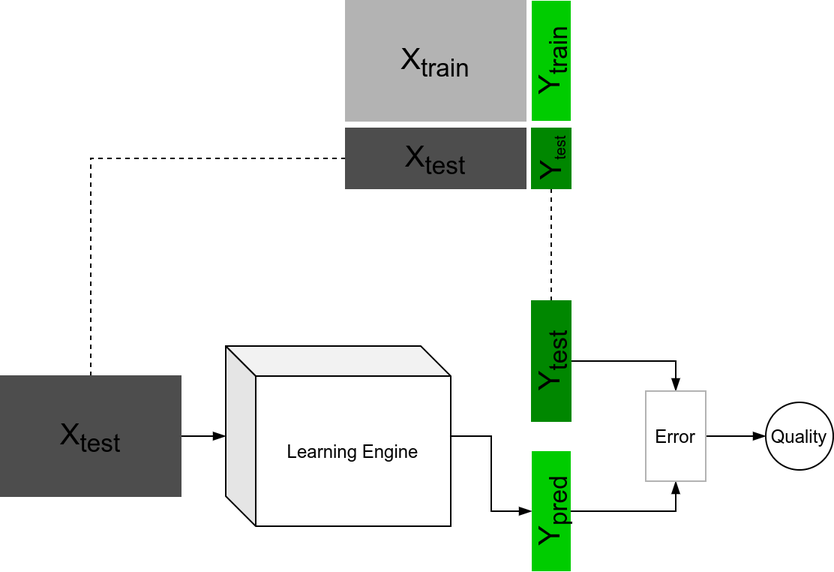
Before: presentation/part0/figures/ml_1_test.png, a diagram exported from draw.io (abhijat01/deepnn4se). Source tidied: cells renumbered, new cells last; positions are measured from the earlier drawing's top-left corner, leaving out a move shared by most shapes. The source it was exported from:
```xml
<mxGraphModel>
  <root>
    <mxCell id="0" />
    <mxCell id="1" parent="0" />
    <mxCell id="2" style="edgeStyle=orthogonalEdgeStyle;rounded=0;jettySize=auto;html=1;exitX=0;exitY=0.5;exitDx=0;exitDy=0;entryX=0.5;entryY=0;entryDx=0;entryDy=0;endArrow=none;endFill=0;dashed=1;" parent="1" edge="1" source="4" target="11">
      <mxGeometry relative="1" as="geometry" />
    </mxCell>
    <mxCell id="3" value="&lt;font style=&quot;font-size: 20px&quot;&gt;X&lt;sub&gt;train&lt;/sub&gt;&lt;/font&gt;" style="rounded=0;whiteSpace=wrap;html=1;fillColor=#B3B3B3;strokeColor=#B3B3B3;" parent="1" vertex="1">
      <mxGeometry x="230" width="120" height="80" as="geometry" />
    </mxCell>
    <mxCell id="4" value="&lt;font style=&quot;font-size: 20px&quot;&gt;X&lt;sub&gt;test&lt;/sub&gt;&lt;/font&gt;" style="rounded=0;whiteSpace=wrap;html=1;fillColor=#4D4D4D;strokeColor=#4D4D4D;" parent="1" vertex="1">
      <mxGeometry x="230" y="85" width="120" height="40" as="geometry" />
    </mxCell>
    <mxCell id="5" value="&lt;font style=&quot;font-size: 20px&quot;&gt;Y&lt;sub&gt;train&lt;/sub&gt;&lt;/font&gt;" style="rounded=0;whiteSpace=wrap;html=1;fillColor=#00CC00;strokeColor=none;horizontal=0;" parent="1" vertex="1">
      <mxGeometry x="354" width="26" height="80" as="geometry" />
    </mxCell>
    <mxCell id="6" style="edgeStyle=orthogonalEdgeStyle;rounded=0;jettySize=auto;html=1;exitX=0.5;exitY=1;exitDx=0;exitDy=0;entryX=0.5;entryY=0;entryDx=0;entryDy=0;dashed=1;endArrow=none;endFill=0;" parent="1" edge="1" source="7" target="15">
      <mxGeometry relative="1" as="geometry" />
    </mxCell>
    <mxCell id="7" value="&lt;font style=&quot;font-size: 20px&quot;&gt;Y&lt;/font&gt;&lt;sub&gt;test&lt;/sub&gt;" style="rounded=0;whiteSpace=wrap;html=1;fillColor=#008700;strokeColor=#008700;horizontal=0;" parent="1" vertex="1">
      <mxGeometry x="354" y="85" width="26" height="40" as="geometry" />
    </mxCell>
    <mxCell id="8" style="edgeStyle=orthogonalEdgeStyle;rounded=0;jettySize=auto;html=1;entryX=0;entryY=0.5;entryDx=0;entryDy=0;endArrow=blockThin;endFill=1;" parent="1" edge="1" source="9" target="13">
      <mxGeometry relative="1" as="geometry" />
    </mxCell>
    <mxCell id="9" value="Learning Engine" style="shape=cube;whiteSpace=wrap;html=1;boundedLbl=1;backgroundOutline=1;darkOpacity=0.05;darkOpacity2=0.1;fillColor=none;" parent="1" vertex="1">
      <mxGeometry x="150" y="230" width="150" height="120" as="geometry" />
    </mxCell>
    <mxCell id="10" style="edgeStyle=orthogonalEdgeStyle;rounded=0;jettySize=auto;html=1;endArrow=blockThin;endFill=1;" parent="1" edge="1" source="11" target="9">
      <mxGeometry relative="1" as="geometry" />
    </mxCell>
    <mxCell id="11" value="&lt;font style=&quot;font-size: 20px&quot;&gt;X&lt;sub&gt;test&lt;/sub&gt;&lt;/font&gt;" style="rounded=0;whiteSpace=wrap;html=1;fillColor=#4D4D4D;strokeColor=#4D4D4D;" parent="1" vertex="1">
      <mxGeometry y="250" width="120" height="80" as="geometry" />
    </mxCell>
    <mxCell id="12" style="edgeStyle=orthogonalEdgeStyle;rounded=0;jettySize=auto;html=1;exitX=1;exitY=0.5;exitDx=0;exitDy=0;entryX=0.5;entryY=1;entryDx=0;entryDy=0;endArrow=blockThin;endFill=1;" parent="1" edge="1" source="13" target="17">
      <mxGeometry relative="1" as="geometry" />
    </mxCell>
    <mxCell id="13" value="&lt;font style=&quot;font-size: 20px&quot;&gt;Y&lt;sub&gt;pred&lt;/sub&gt;&lt;/font&gt;" style="rounded=0;whiteSpace=wrap;html=1;fillColor=#00CC00;strokeColor=none;horizontal=0;" parent="1" vertex="1">
      <mxGeometry x="354" y="300" width="26" height="80" as="geometry" />
    </mxCell>
    <mxCell id="14" style="edgeStyle=orthogonalEdgeStyle;rounded=0;jettySize=auto;html=1;entryX=0.5;entryY=0;entryDx=0;entryDy=0;endArrow=blockThin;endFill=1;" parent="1" edge="1" source="15" target="17">
      <mxGeometry relative="1" as="geometry" />
    </mxCell>
    <mxCell id="15" value="&lt;font style=&quot;font-size: 20px&quot;&gt;Y&lt;sub&gt;test&lt;/sub&gt;&lt;/font&gt;" style="rounded=0;whiteSpace=wrap;html=1;horizontal=0;fillColor=#008700;strokeColor=#008700;" parent="1" vertex="1">
      <mxGeometry x="354" y="200" width="26" height="80" as="geometry" />
    </mxCell>
    <mxCell id="16" style="edgeStyle=orthogonalEdgeStyle;rounded=0;jettySize=auto;html=1;endArrow=blockThin;endFill=1;" parent="1" edge="1" source="17">
      <mxGeometry relative="1" as="geometry">
        <mxPoint x="510" y="290" as="targetPoint" />
      </mxGeometry>
    </mxCell>
    <mxCell id="17" value="Error" style="rounded=0;whiteSpace=wrap;html=1;strokeColor=#B3B3B3;fillColor=none;" parent="1" vertex="1">
      <mxGeometry x="430" y="260" width="40" height="60" as="geometry" />
    </mxCell>
    <mxCell id="18" value="Quality" style="ellipse;whiteSpace=wrap;html=1;strokeColor=#000000;fillColor=none;" parent="1" vertex="1">
      <mxGeometry x="510" y="267.5" width="45" height="45" as="geometry" />
    </mxCell>
  </root>
</mxGraphModel>
```
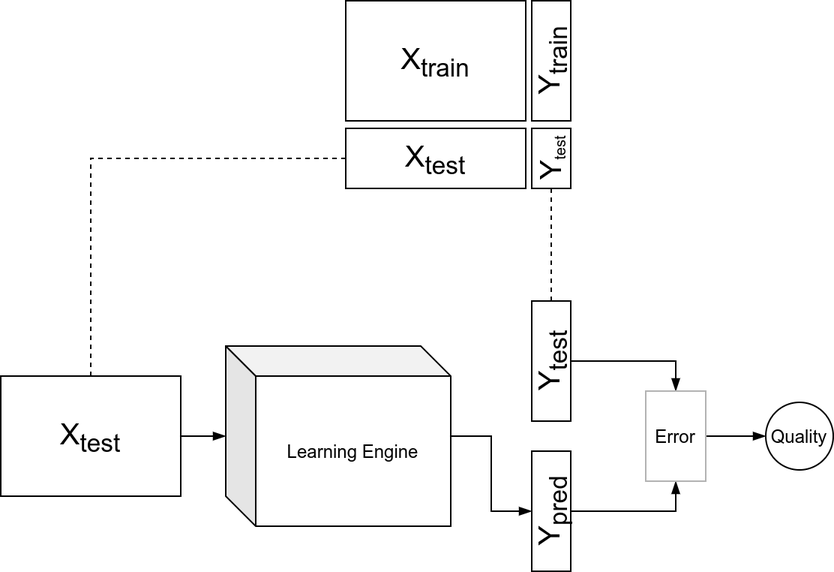
Above is the later version.

What changed in the source:
```diff
@@ -5,19 +5,19 @@
     <mxCell id="2" style="edgeStyle=orthogonalEdgeStyle;rounded=0;jettySize=auto;html=1;exitX=0;exitY=0.5;exitDx=0;exitDy=0;entryX=0.5;entryY=0;entryDx=0;entryDy=0;endArrow=none;endFill=0;dashed=1;" parent="1" edge="1" source="4" target="11">
       <mxGeometry relative="1" as="geometry" />
     </mxCell>
-    <mxCell id="3" value="&lt;font style=&quot;font-size: 20px&quot;&gt;X&lt;sub&gt;train&lt;/sub&gt;&lt;/font&gt;" style="rounded=0;whiteSpace=wrap;html=1;fillColor=#B3B3B3;strokeColor=#B3B3B3;" parent="1" vertex="1">
+    <mxCell id="3" value="&lt;font style=&quot;font-size: 20px&quot;&gt;X&lt;sub&gt;train&lt;/sub&gt;&lt;/font&gt;" style="rounded=0;whiteSpace=wrap;html=1;fillColor=none;" parent="1" vertex="1">
       <mxGeometry x="230" width="120" height="80" as="geometry" />
     </mxCell>
-    <mxCell id="4" value="&lt;font style=&quot;font-size: 20px&quot;&gt;X&lt;sub&gt;test&lt;/sub&gt;&lt;/font&gt;" style="rounded=0;whiteSpace=wrap;html=1;fillColor=#4D4D4D;strokeColor=#4D4D4D;" parent="1" vertex="1">
+    <mxCell id="4" value="&lt;font style=&quot;font-size: 20px&quot;&gt;X&lt;sub&gt;test&lt;/sub&gt;&lt;/font&gt;" style="rounded=0;whiteSpace=wrap;html=1;fillColor=none;" parent="1" vertex="1">
       <mxGeometry x="230" y="85" width="120" height="40" as="geometry" />
     </mxCell>
-    <mxCell id="5" value="&lt;font style=&quot;font-size: 20px&quot;&gt;Y&lt;sub&gt;train&lt;/sub&gt;&lt;/font&gt;" style="rounded=0;whiteSpace=wrap;html=1;fillColor=#00CC00;strokeColor=none;horizontal=0;" parent="1" vertex="1">
+    <mxCell id="5" value="&lt;font style=&quot;font-size: 20px&quot;&gt;Y&lt;sub&gt;train&lt;/sub&gt;&lt;/font&gt;" style="rounded=0;whiteSpace=wrap;html=1;horizontal=0;fillColor=none;" parent="1" vertex="1">
       <mxGeometry x="354" width="26" height="80" as="geometry" />
     </mxCell>
     <mxCell id="6" style="edgeStyle=orthogonalEdgeStyle;rounded=0;jettySize=auto;html=1;exitX=0.5;exitY=1;exitDx=0;exitDy=0;entryX=0.5;entryY=0;entryDx=0;entryDy=0;dashed=1;endArrow=none;endFill=0;" parent="1" edge="1" source="7" target="15">
       <mxGeometry relative="1" as="geometry" />
     </mxCell>
-    <mxCell id="7" value="&lt;font style=&quot;font-size: 20px&quot;&gt;Y&lt;/font&gt;&lt;sub&gt;test&lt;/sub&gt;" style="rounded=0;whiteSpace=wrap;html=1;fillColor=#008700;strokeColor=#008700;horizontal=0;" parent="1" vertex="1">
+    <mxCell id="7" value="&lt;font style=&quot;font-size: 20px&quot;&gt;Y&lt;/font&gt;&lt;sub&gt;test&lt;/sub&gt;" style="rounded=0;whiteSpace=wrap;html=1;horizontal=0;fillColor=none;" parent="1" vertex="1">
       <mxGeometry x="354" y="85" width="26" height="40" as="geometry" />
     </mxCell>
     <mxCell id="8" style="edgeStyle=orthogonalEdgeStyle;rounded=0;jettySize=auto;html=1;entryX=0;entryY=0.5;entryDx=0;entryDy=0;endArrow=blockThin;endFill=1;" parent="1" edge="1" source="9" target="13">
@@ -29,19 +29,19 @@
     <mxCell id="10" style="edgeStyle=orthogonalEdgeStyle;rounded=0;jettySize=auto;html=1;endArrow=blockThin;endFill=1;" parent="1" edge="1" source="11" target="9">
       <mxGeometry relative="1" as="geometry" />
     </mxCell>
-    <mxCell id="11" value="&lt;font style=&quot;font-size: 20px&quot;&gt;X&lt;sub&gt;test&lt;/sub&gt;&lt;/font&gt;" style="rounded=0;whiteSpace=wrap;html=1;fillColor=#4D4D4D;strokeColor=#4D4D4D;" parent="1" vertex="1">
+    <mxCell id="11" value="&lt;font style=&quot;font-size: 20px&quot;&gt;X&lt;sub&gt;test&lt;/sub&gt;&lt;/font&gt;" style="rounded=0;whiteSpace=wrap;html=1;fillColor=none;" parent="1" vertex="1">
       <mxGeometry y="250" width="120" height="80" as="geometry" />
     </mxCell>
     <mxCell id="12" style="edgeStyle=orthogonalEdgeStyle;rounded=0;jettySize=auto;html=1;exitX=1;exitY=0.5;exitDx=0;exitDy=0;entryX=0.5;entryY=1;entryDx=0;entryDy=0;endArrow=blockThin;endFill=1;" parent="1" edge="1" source="13" target="17">
       <mxGeometry relative="1" as="geometry" />
     </mxCell>
-    <mxCell id="13" value="&lt;font style=&quot;font-size: 20px&quot;&gt;Y&lt;sub&gt;pred&lt;/sub&gt;&lt;/font&gt;" style="rounded=0;whiteSpace=wrap;html=1;fillColor=#00CC00;strokeColor=none;horizontal=0;" parent="1" vertex="1">
+    <mxCell id="13" value="&lt;font style=&quot;font-size: 20px&quot;&gt;Y&lt;sub&gt;pred&lt;/sub&gt;&lt;/font&gt;" style="rounded=0;whiteSpace=wrap;html=1;horizontal=0;fillColor=none;" parent="1" vertex="1">
       <mxGeometry x="354" y="300" width="26" height="80" as="geometry" />
     </mxCell>
     <mxCell id="14" style="edgeStyle=orthogonalEdgeStyle;rounded=0;jettySize=auto;html=1;entryX=0.5;entryY=0;entryDx=0;entryDy=0;endArrow=blockThin;endFill=1;" parent="1" edge="1" source="15" target="17">
       <mxGeometry relative="1" as="geometry" />
     </mxCell>
-    <mxCell id="15" value="&lt;font style=&quot;font-size: 20px&quot;&gt;Y&lt;sub&gt;test&lt;/sub&gt;&lt;/font&gt;" style="rounded=0;whiteSpace=wrap;html=1;horizontal=0;fillColor=#008700;strokeColor=#008700;" parent="1" vertex="1">
+    <mxCell id="15" value="&lt;font style=&quot;font-size: 20px&quot;&gt;Y&lt;sub&gt;test&lt;/sub&gt;&lt;/font&gt;" style="rounded=0;whiteSpace=wrap;html=1;horizontal=0;fillColor=none;" parent="1" vertex="1">
       <mxGeometry x="354" y="200" width="26" height="80" as="geometry" />
     </mxCell>
     <mxCell id="16" style="edgeStyle=orthogonalEdgeStyle;rounded=0;jettySize=auto;html=1;endArrow=blockThin;endFill=1;" parent="1" edge="1" source="17">
```
